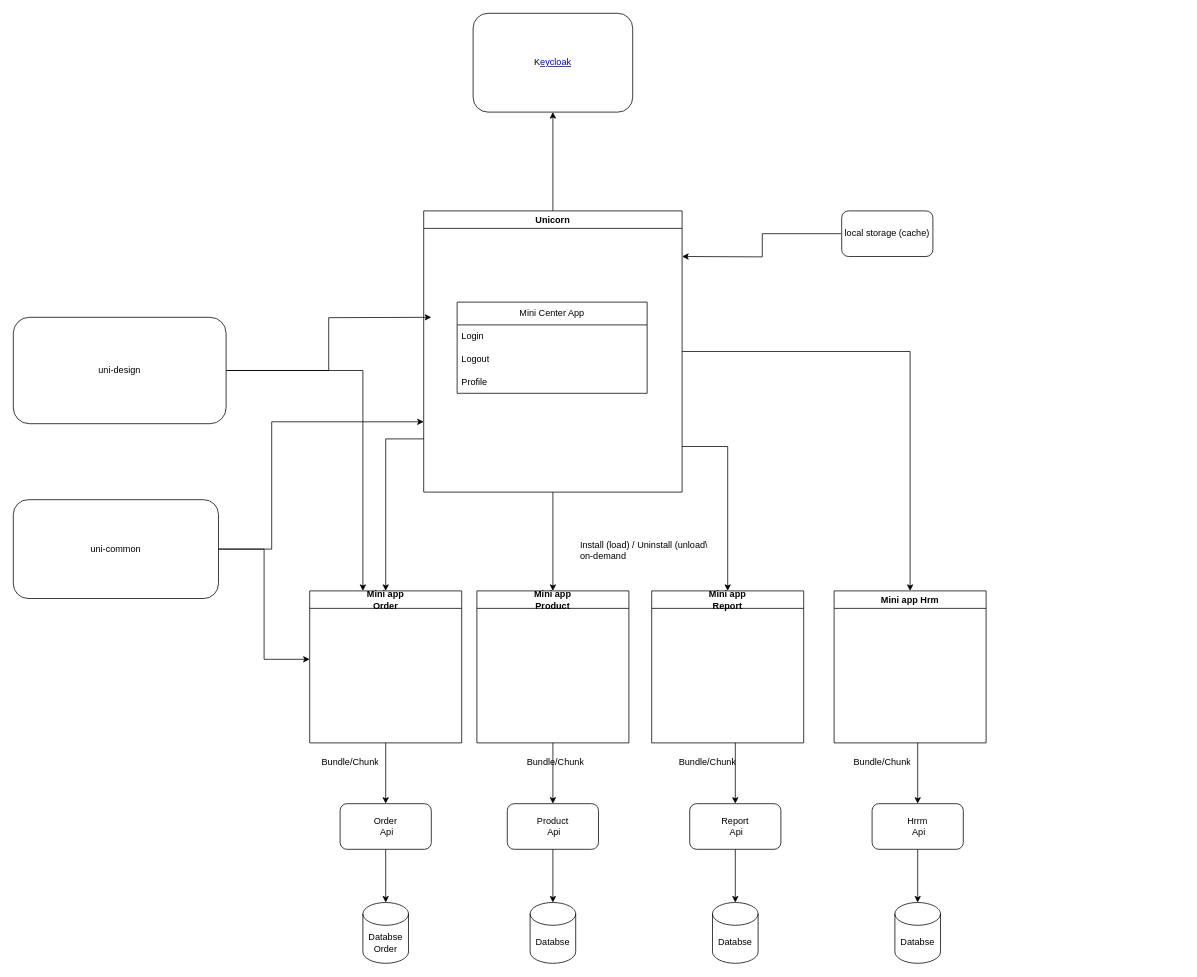
Before: Untitled Diagram.drawio in NguyenCoDuoc/NguyenCoDuoc, a draw.io diagram. Source tidied: cells renumbered, new cells numbered last; positions are measured from the earlier drawing's top-left corner, leaving out a move shared by most shapes. Both pictures are drawn from the tidied source at 76%, with x=0, y=0 at pixel (13, 13).
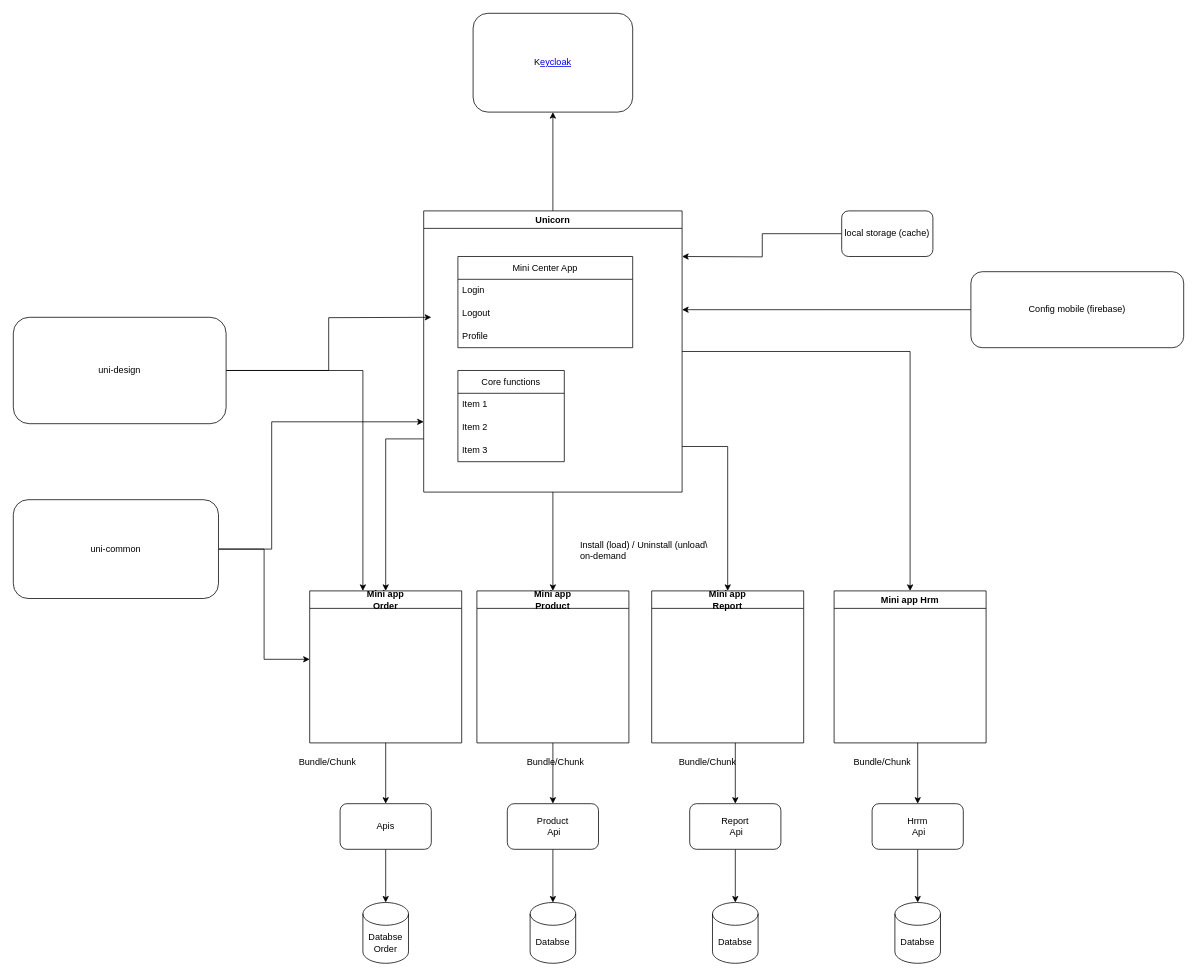
The same page after the edit.

The change refers to these unchanged cells:
```xml
<mxCell id="7" value="Unicorn&lt;br&gt;" style="swimlane;whiteSpace=wrap;html=1;" parent="1" vertex="1">
  <mxGeometry x="540" y="260" width="340" height="370" as="geometry" />
</mxCell>
```

The edit, as a diff of the source:
```diff
@@
     <mxCell id="8" value="Mini Center App&lt;br&gt;" style="swimlane;fontStyle=0;horizontal=1;startSize=30;whiteSpace=wrap;html=1;" parent="7" vertex="1">
-      <mxGeometry x="44" y="120" width="250" height="120" as="geometry" />
+      <mxGeometry x="45" y="60" width="230" height="120" as="geometry" />
     </mxCell>
     <mxCell id="9" value="Login" style="text;strokeColor=none;fillColor=none;align=left;verticalAlign=middle;spacingLeft=4;spacingRight=4;overflow=hidden;whiteSpace=wrap;html=1;" parent="8" vertex="1">
-      <mxGeometry y="30" width="250" height="30" as="geometry" />
+      <mxGeometry y="30" width="230" height="30" as="geometry" />
     </mxCell>
     <mxCell id="10" value="Logout" style="text;strokeColor=none;fillColor=none;align=left;verticalAlign=middle;spacingLeft=4;spacingRight=4;overflow=hidden;whiteSpace=wrap;html=1;" parent="8" vertex="1">
-      <mxGeometry y="60" width="250" height="30" as="geometry" />
+      <mxGeometry y="60" width="230" height="30" as="geometry" />
     </mxCell>
     <mxCell id="11" value="Profile&lt;br&gt;" style="text;strokeColor=none;fillColor=none;align=left;verticalAlign=middle;spacingLeft=4;spacingRight=4;overflow=hidden;whiteSpace=wrap;html=1;" parent="8" vertex="1">
-      <mxGeometry y="90" width="250" height="30" as="geometry" />
+      <mxGeometry y="90" width="230" height="30" as="geometry" />
     </mxCell>
+    <mxCell id="46" value="Core functions" style="swimlane;fontStyle=0;horizontal=1;startSize=30;whiteSpace=wrap;html=1;" parent="7" vertex="1">
+      <mxGeometry x="45" y="210" width="140" height="120" as="geometry" />
+    </mxCell>
+    <mxCell id="47" value="Item 1" style="text;strokeColor=none;fillColor=none;align=left;verticalAlign=middle;spacingLeft=4;spacingRight=4;overflow=hidden;whiteSpace=wrap;html=1;" parent="46" vertex="1">
+      <mxGeometry y="30" width="140" height="30" as="geometry" />
+    </mxCell>
+    <mxCell id="48" value="Item 2" style="text;strokeColor=none;fillColor=none;align=left;verticalAlign=middle;spacingLeft=4;spacingRight=4;overflow=hidden;whiteSpace=wrap;html=1;" parent="46" vertex="1">
+      <mxGeometry y="60" width="140" height="30" as="geometry" />
+    </mxCell>
+    <mxCell id="49" value="Item 3" style="text;strokeColor=none;fillColor=none;align=left;verticalAlign=middle;spacingLeft=4;spacingRight=4;overflow=hidden;whiteSpace=wrap;html=1;" parent="46" vertex="1">
+      <mxGeometry y="90" width="140" height="30" as="geometry" />
+    </mxCell>
@@
     <mxCell id="26" value="Bundle/Chunk&lt;br&gt;" style="text;strokeColor=none;fillColor=none;align=left;verticalAlign=middle;spacingLeft=4;spacingRight=4;overflow=hidden;whiteSpace=wrap;html=1;" parent="1" vertex="1">
-      <mxGeometry x="400" y="970" width="90" height="30" as="geometry" />
+      <mxGeometry x="370" y="970" width="90" height="30" as="geometry" />
     </mxCell>
@@
-    <mxCell id="31" value="Order&lt;br&gt;&amp;nbsp;Api" style="rounded=1;whiteSpace=wrap;html=1;" parent="1" vertex="1">
+    <mxCell id="31" value="Apis&lt;br&gt;" style="rounded=1;whiteSpace=wrap;html=1;" parent="1" vertex="1">
       <mxGeometry x="430" y="1040" width="120" height="60" as="geometry" />
     </mxCell>
@@
+    <mxCell id="50" style="edgeStyle=orthogonalEdgeStyle;rounded=0;jettySize=auto;html=1;" parent="1" edge="1" source="51">
+      <mxGeometry relative="1" as="geometry">
+        <mxPoint x="880" y="390" as="targetPoint" />
+      </mxGeometry>
+    </mxCell>
+    <mxCell id="51" value="Config mobile (firebase)" style="rounded=1;whiteSpace=wrap;html=1;" parent="1" vertex="1">
+      <mxGeometry x="1260" y="340" width="280" height="100" as="geometry" />
+    </mxCell>
```
